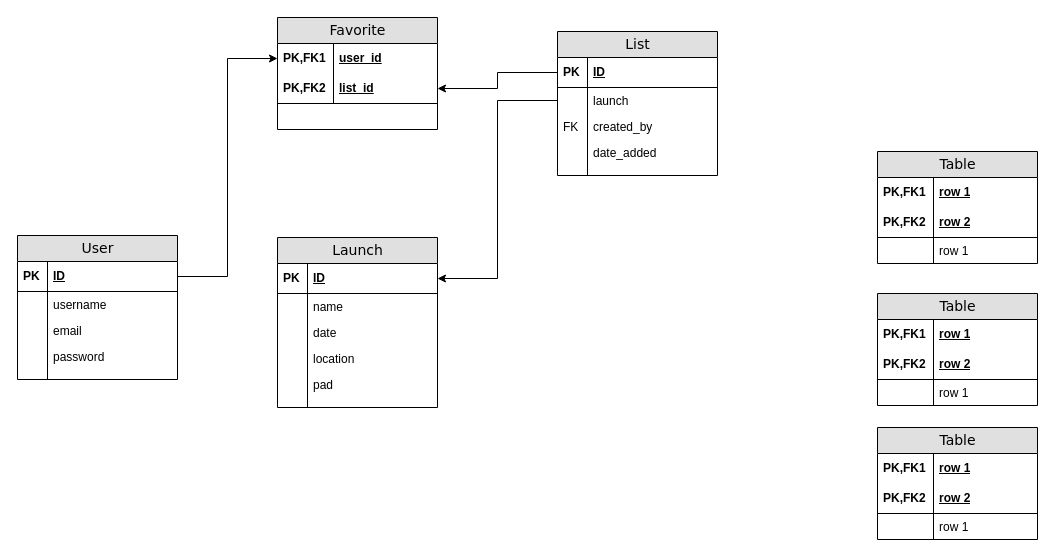
Above: Launch-Tracker-Schema.drawio in jonjones320/Capstone-1 (draw.io), before the change. Source tidied: cells renumbered, new cells numbered last; positions are measured from the earlier drawing's top-left corner, leaving out a move shared by most shapes. Both pictures are drawn from the tidied source at 100%, with x=0, y=0 at pixel (17, 17).
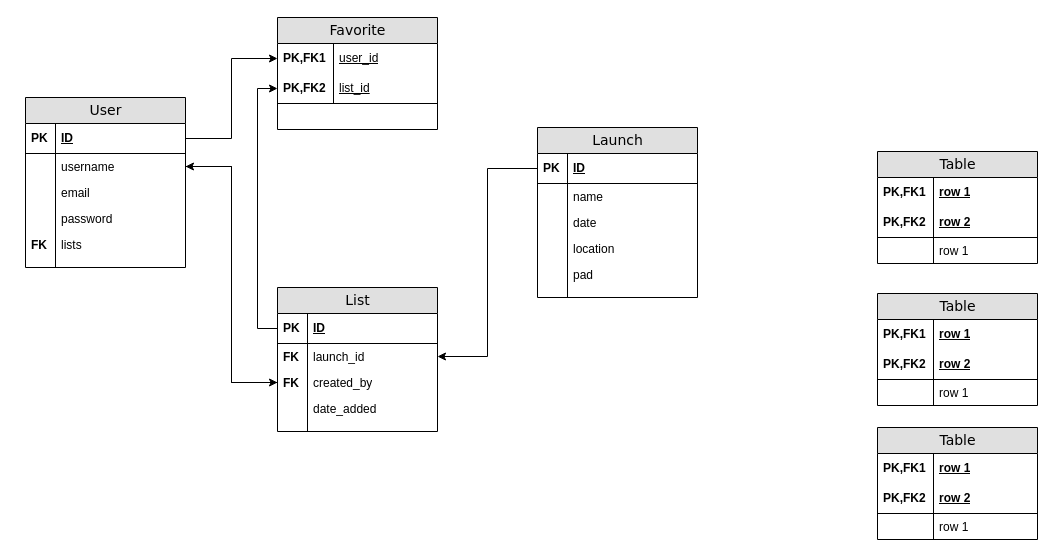
The same page after the edit.

The change refers to these unchanged cells:
```xml
<mxCell id="2" value="Favorite" style="swimlane;html=1;fontStyle=0;horizontal=1;startSize=26;fillColor=#e0e0e0;swimlaneFillColor=#ffffff;align=center;rounded=0;shadow=0;comic=0;labelBackgroundColor=none;strokeWidth=1;fontFamily=Verdana;fontSize=14;" parent="1" vertex="1">
  <mxGeometry x="260" width="160" height="112" as="geometry" />
</mxCell>
<mxCell id="8" value="ID" style="shape=partialRectangle;top=0;left=0;right=0;bottom=1;html=1;align=left;verticalAlign=middle;fillColor=none;spacingLeft=34;spacingRight=4;whiteSpace=wrap;overflow=hidden;points=[[0,0.5],[1,0.5]];portConstraint=eastwest;fontStyle=5;" parent="7" vertex="1">
  <mxGeometry y="26" width="160" height="30" as="geometry" />
</mxCell>
<mxCell id="12" value="created_by" style="shape=partialRectangle;top=0;left=0;right=0;bottom=0;html=1;align=left;verticalAlign=top;fillColor=none;spacingLeft=34;spacingRight=4;whiteSpace=wrap;overflow=hidden;points=[[0,0.5],[1,0.5]];portConstraint=eastwest;" parent="7" vertex="1">
  <mxGeometry y="82" width="160" height="26" as="geometry" />
</mxCell>
<mxCell id="19" value="ID" style="shape=partialRectangle;top=0;left=0;right=0;bottom=1;html=1;align=left;verticalAlign=middle;fillColor=none;spacingLeft=34;spacingRight=4;whiteSpace=wrap;overflow=hidden;points=[[0,0.5],[1,0.5]];portConstraint=eastwest;fontStyle=5;" parent="18" vertex="1">
  <mxGeometry y="26" width="160" height="30" as="geometry" />
</mxCell>
<mxCell id="55" value="username" style="shape=partialRectangle;top=0;left=0;right=0;bottom=0;html=1;align=left;verticalAlign=top;fillColor=none;spacingLeft=34;spacingRight=4;whiteSpace=wrap;overflow=hidden;points=[[0,0.5],[1,0.5]];portConstraint=eastwest;" parent="52" vertex="1">
  <mxGeometry y="56" width="160" height="26" as="geometry" />
</mxCell>
```

Diff of the diagram source:
```diff
@@
-    <mxCell id="3" value="user_id" style="shape=partialRectangle;top=0;left=0;right=0;bottom=0;html=1;align=left;verticalAlign=middle;fillColor=none;spacingLeft=60;spacingRight=4;whiteSpace=wrap;overflow=hidden;points=[[0,0.5],[1,0.5]];portConstraint=eastwest;fontStyle=5;" parent="2" vertex="1">
+    <mxCell id="3" value="&lt;span style=&quot;font-weight: normal;&quot;&gt;user_id&lt;/span&gt;" style="shape=partialRectangle;top=0;left=0;right=0;bottom=0;html=1;align=left;verticalAlign=middle;fillColor=none;spacingLeft=60;spacingRight=4;whiteSpace=wrap;overflow=hidden;points=[[0,0.5],[1,0.5]];portConstraint=eastwest;fontStyle=5;" parent="2" vertex="1">
       <mxGeometry y="26" width="160" height="30" as="geometry" />
     </mxCell>
@@
-    <mxCell id="5" value="list_id" style="shape=partialRectangle;top=0;left=0;right=0;bottom=1;html=1;align=left;verticalAlign=middle;fillColor=none;spacingLeft=60;spacingRight=4;whiteSpace=wrap;overflow=hidden;points=[[0,0.5],[1,0.5]];portConstraint=eastwest;fontStyle=5;" parent="2" vertex="1">
+    <mxCell id="5" value="&lt;span style=&quot;font-weight: normal;&quot;&gt;list_id&lt;/span&gt;" style="shape=partialRectangle;top=0;left=0;right=0;bottom=1;html=1;align=left;verticalAlign=middle;fillColor=none;spacingLeft=60;spacingRight=4;whiteSpace=wrap;overflow=hidden;points=[[0,0.5],[1,0.5]];portConstraint=eastwest;fontStyle=5;" parent="2" vertex="1">
       <mxGeometry y="56" width="160" height="30" as="geometry" />
     </mxCell>
@@
     <mxCell id="7" value="List" style="swimlane;html=1;fontStyle=0;horizontal=1;startSize=26;fillColor=#e0e0e0;swimlaneFillColor=#ffffff;align=center;rounded=0;shadow=0;comic=0;labelBackgroundColor=none;strokeWidth=1;fontFamily=Verdana;fontSize=14;swimlaneLine=1;" parent="1" vertex="1">
-      <mxGeometry x="540" y="14" width="160" height="144" as="geometry" />
+      <mxGeometry x="260" y="270" width="160" height="144" as="geometry" />
     </mxCell>
@@
-    <mxCell id="10" value="launch" style="shape=partialRectangle;top=0;left=0;right=0;bottom=0;html=1;align=left;verticalAlign=top;fillColor=none;spacingLeft=34;spacingRight=4;whiteSpace=wrap;overflow=hidden;points=[[0,0.5],[1,0.5]];portConstraint=eastwest;" parent="7" vertex="1">
+    <mxCell id="10" value="launch_id" style="shape=partialRectangle;top=0;left=0;right=0;bottom=0;html=1;align=left;verticalAlign=top;fillColor=none;spacingLeft=34;spacingRight=4;whiteSpace=wrap;overflow=hidden;points=[[0,0.5],[1,0.5]];portConstraint=eastwest;" parent="7" vertex="1">
       <mxGeometry y="56" width="160" height="26" as="geometry" />
     </mxCell>
-    <mxCell id="11" style="shape=partialRectangle;top=0;left=0;bottom=0;html=1;fillColor=none;align=left;verticalAlign=top;spacingLeft=4;spacingRight=4;whiteSpace=wrap;overflow=hidden;" parent="10" vertex="1">
+    <mxCell id="11" value="&lt;b&gt;FK&lt;/b&gt;" style="shape=partialRectangle;top=0;left=0;bottom=0;html=1;fillColor=none;align=left;verticalAlign=top;spacingLeft=4;spacingRight=4;whiteSpace=wrap;overflow=hidden;" parent="10" vertex="1">
       <mxGeometry width="30" height="26" as="geometry" />
     </mxCell>
@@
-    <mxCell id="13" value="FK" style="shape=partialRectangle;top=0;left=0;bottom=0;html=1;fillColor=none;align=left;verticalAlign=top;spacingLeft=4;spacingRight=4;whiteSpace=wrap;overflow=hidden;" parent="12" vertex="1">
+    <mxCell id="13" value="&lt;b&gt;FK&lt;/b&gt;" style="shape=partialRectangle;top=0;left=0;bottom=0;html=1;fillColor=none;align=left;verticalAlign=top;spacingLeft=4;spacingRight=4;whiteSpace=wrap;overflow=hidden;" parent="12" vertex="1">
       <mxGeometry width="30" height="26" as="geometry" />
     </mxCell>
@@
     <mxCell id="18" value="Launch" style="swimlane;html=1;fontStyle=0;horizontal=1;startSize=26;fillColor=#e0e0e0;swimlaneFillColor=#ffffff;align=center;rounded=0;shadow=0;comic=0;labelBackgroundColor=none;strokeWidth=1;fontFamily=Verdana;fontSize=14;" parent="1" vertex="1">
-      <mxGeometry x="260" y="220" width="160" height="170" as="geometry" />
+      <mxGeometry x="520" y="110" width="160" height="170" as="geometry" />
     </mxCell>
@@
     <mxCell id="52" value="User" style="swimlane;html=1;fontStyle=0;horizontal=1;startSize=26;fillColor=#e0e0e0;swimlaneFillColor=#ffffff;align=center;rounded=0;shadow=0;comic=0;labelBackgroundColor=none;strokeWidth=1;fontFamily=Verdana;fontSize=14;" parent="1" vertex="1">
-      <mxGeometry y="218" width="160" height="144" as="geometry" />
+      <mxGeometry x="8" y="80" width="160" height="170" as="geometry" />
     </mxCell>
@@
+    <mxCell id="66" value="lists" style="shape=partialRectangle;top=0;left=0;right=0;bottom=0;html=1;align=left;verticalAlign=top;fillColor=none;spacingLeft=34;spacingRight=4;whiteSpace=wrap;overflow=hidden;" parent="52" vertex="1">
+      <mxGeometry y="134" width="160" height="26" as="geometry" />
+    </mxCell>
+    <mxCell id="67" value="&lt;b&gt;FK&lt;/b&gt;" style="shape=partialRectangle;top=0;left=0;bottom=0;html=1;fillColor=none;align=left;verticalAlign=top;spacingLeft=4;spacingRight=4;whiteSpace=wrap;overflow=hidden;" parent="66" vertex="1">
+      <mxGeometry width="30" height="26" as="geometry" />
+    </mxCell>
     <mxCell id="61" style="shape=partialRectangle;top=0;left=0;right=0;bottom=0;html=1;align=left;verticalAlign=top;fillColor=none;spacingLeft=34;spacingRight=4;whiteSpace=wrap;overflow=hidden;" parent="52" vertex="1">
-      <mxGeometry y="134" width="160" height="10" as="geometry" />
+      <mxGeometry y="160" width="160" height="10" as="geometry" />
     </mxCell>
@@
-    <mxCell id="63" style="edgeStyle=orthogonalEdgeStyle;rounded=0;jettySize=auto;html=1;exitX=0;exitY=0.5;exitDx=0;exitDy=0;entryX=1;entryY=0.5;entryDx=0;entryDy=0;" parent="1" edge="1" source="10" target="19">
-      <mxGeometry relative="1" as="geometry" />
-    </mxCell>
@@
+    <mxCell id="68" style="edgeStyle=orthogonalEdgeStyle;rounded=0;jettySize=auto;html=1;exitX=0;exitY=0.5;exitDx=0;exitDy=0;entryX=1;entryY=0.5;entryDx=0;entryDy=0;" parent="1" edge="1" source="19" target="10">
+      <mxGeometry relative="1" as="geometry" />
+    </mxCell>
+    <mxCell id="69" style="edgeStyle=orthogonalEdgeStyle;rounded=0;jettySize=auto;html=1;exitX=1;exitY=0.5;exitDx=0;exitDy=0;entryX=0;entryY=0.5;entryDx=0;entryDy=0;" parent="1" edge="1" source="55" target="12">
+      <mxGeometry relative="1" as="geometry" />
+    </mxCell>
-    <mxCell id="65" style="edgeStyle=orthogonalEdgeStyle;rounded=0;jettySize=auto;html=1;exitX=0;exitY=0.5;exitDx=0;exitDy=0;entryX=1;entryY=0.5;entryDx=0;entryDy=0;" parent="1" edge="1" source="8" target="5">
+    <mxCell id="65" style="edgeStyle=orthogonalEdgeStyle;rounded=0;jettySize=auto;html=1;exitX=0;exitY=0.5;exitDx=0;exitDy=0;entryX=0;entryY=0.5;entryDx=0;entryDy=0;" parent="1" edge="1" source="8" target="5">
       <mxGeometry relative="1" as="geometry" />
     </mxCell>
+    <mxCell id="70" style="edgeStyle=orthogonalEdgeStyle;rounded=0;jettySize=auto;html=1;exitX=0;exitY=0.5;exitDx=0;exitDy=0;entryX=1;entryY=0.5;entryDx=0;entryDy=0;" parent="1" edge="1" source="12" target="55">
+      <mxGeometry relative="1" as="geometry" />
+    </mxCell>
```
